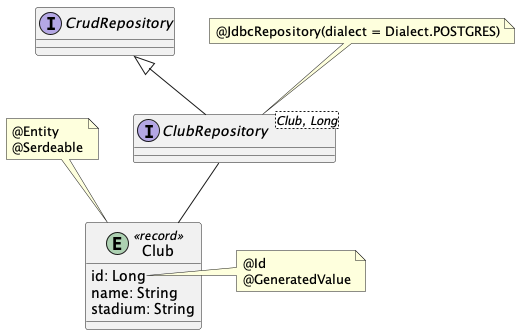
This is images/entity-model.png from alvarosanchez/micronaut-workshop, a PlantUML export, as it was before one commit.
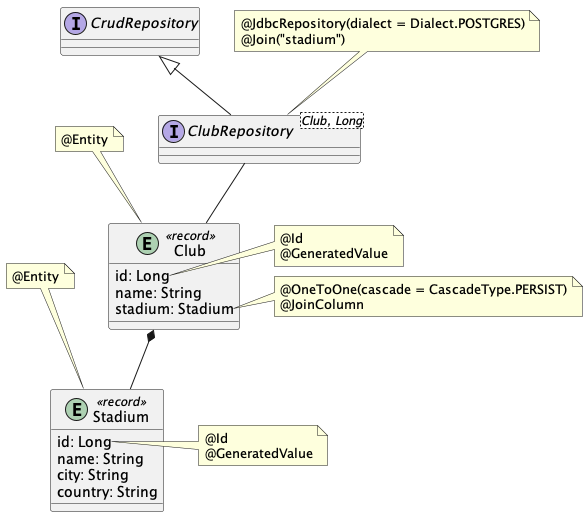
After the change.

What changed in the source:
```diff
@@ -2,13 +2,30 @@
 entity Club <<record>> {
   id: Long
   name: String
-  stadium: String
+  stadium: Stadium
 }
 note top of Club
   @Entity
-  @Serdeable
 end note
 note right of Club::id
+  @Id
+  @GeneratedValue
+end note
+note right of Club::stadium
+  @OneToOne(cascade = CascadeType.PERSIST)
+  @JoinColumn
+end note
+
+entity Stadium <<record>> {
+  id: Long
+  name: String
+  city: String
+  country: String
+}
+note top of Stadium
+  @Entity
+end note
+note right of Stadium::id
   @Id
   @GeneratedValue
 end note
@@ -17,7 +34,9 @@
 interface ClubRepository<Club, Long> {}
 note top of ClubRepository
   @JdbcRepository(dialect = Dialect.POSTGRES)
+  @Join("stadium")
 end note
 CrudRepository <|-- ClubRepository
 ClubRepository -- Club
+Club *-- Stadium
 @enduml
```
